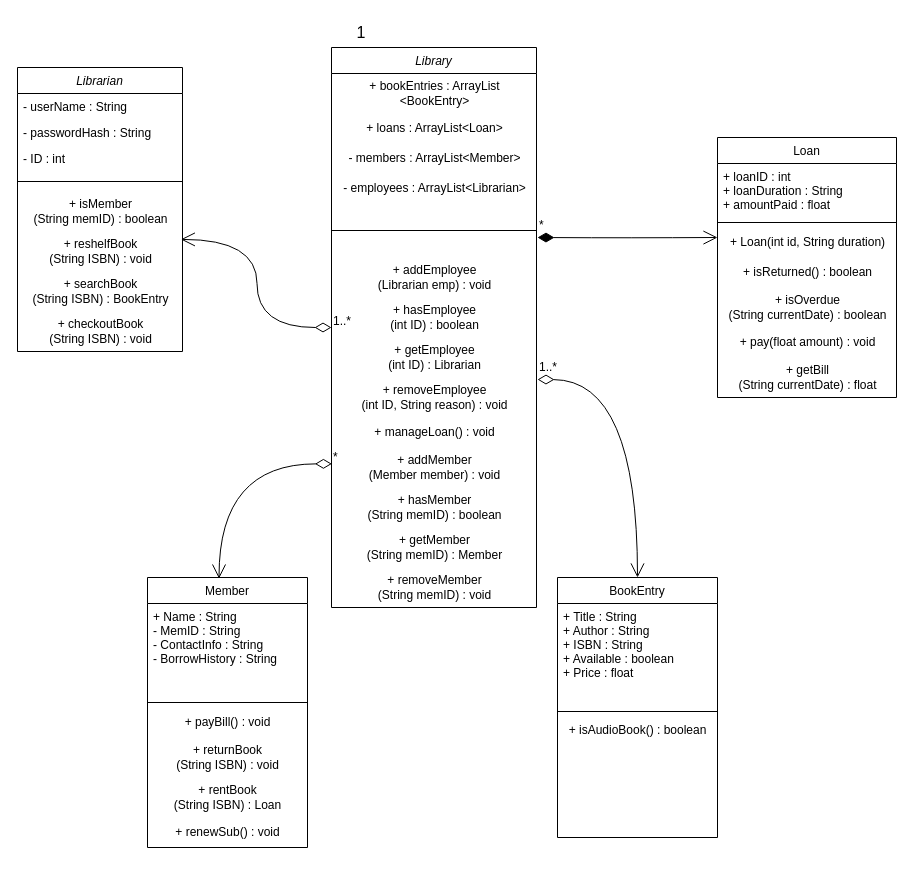
Earlier version of the draw.io diagram Untitled Diagram.drawio (Twpendleton/ClassUMLDiagram). Source tidied: cells renumbered, new cells numbered last; positions are measured from the earlier drawing's top-left corner, leaving out a move shared by most shapes. Both pictures are drawn from the tidied source at 100%, with x=0, y=0 at pixel (17, 17).
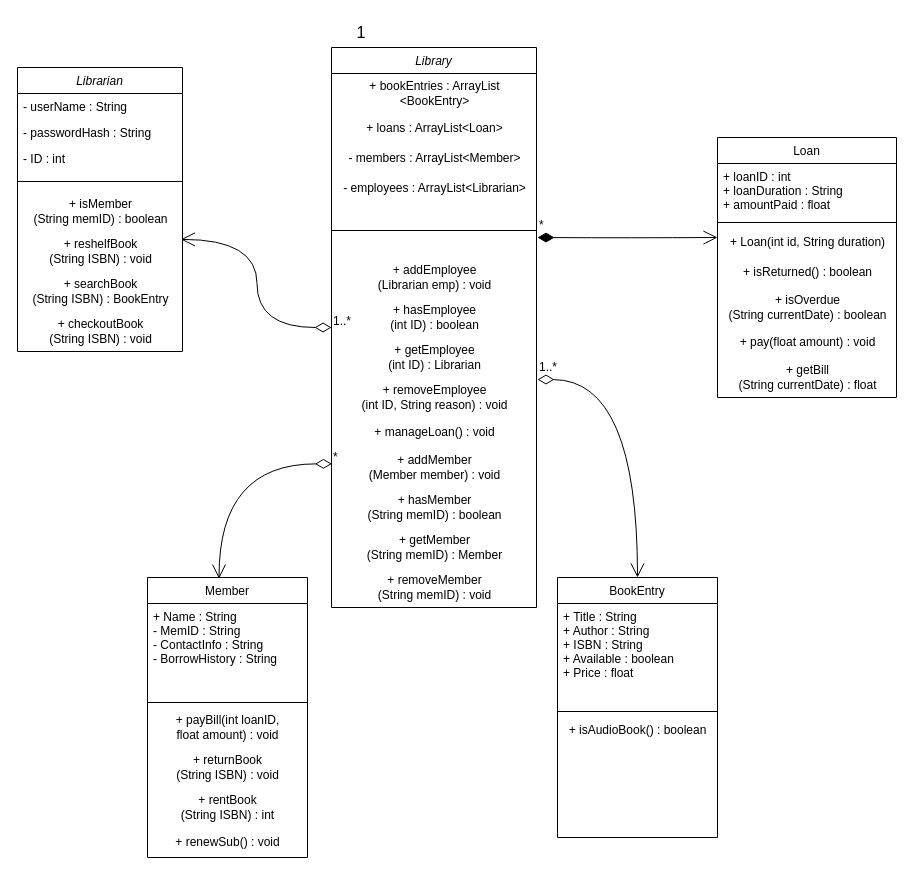
After the change.

Commit message:
Update loan-related methods for Member

What changed in the source:
```diff
@@
     <mxCell id="11" value="Member" style="swimlane;fontStyle=0;align=center;verticalAlign=top;horizontal=1;startSize=26;rounded=0;shadow=0;strokeWidth=1;" parent="1" vertex="1">
-      <mxGeometry x="130" y="560" width="160" height="270" as="geometry" />
+      <mxGeometry x="130" y="560" width="160" height="280" as="geometry" />
     </mxCell>
@@
-    <mxCell id="14" value="+ payBill() : void" style="text;html=1;align=center;verticalAlign=middle;strokeColor=none;fillColor=none;" parent="11" vertex="1">
-      <mxGeometry y="130" width="160" height="30" as="geometry" />
+    <mxCell id="14" value="+ payBill(int loanID,&lt;div&gt;float amount) : void&lt;/div&gt;" style="text;html=1;align=center;verticalAlign=middle;strokeColor=none;fillColor=none;" parent="11" vertex="1">
+      <mxGeometry y="130" width="160" height="40" as="geometry" />
     </mxCell>
     <mxCell id="15" value="+ returnBook&lt;div&gt;(String ISBN) : void&lt;/div&gt;" style="text;html=1;align=center;verticalAlign=middle;strokeColor=none;fillColor=none;" parent="11" vertex="1">
-      <mxGeometry y="160" width="160" height="40" as="geometry" />
+      <mxGeometry y="170" width="160" height="40" as="geometry" />
     </mxCell>
-    <mxCell id="16" value="+ rentBook&lt;div&gt;(String ISBN) : Loan&lt;/div&gt;" style="text;html=1;align=center;verticalAlign=middle;strokeColor=none;fillColor=none;" parent="11" vertex="1">
-      <mxGeometry y="200" width="160" height="40" as="geometry" />
+    <mxCell id="16" value="+ rentBook&lt;div&gt;(String ISBN) : int&lt;/div&gt;" style="text;html=1;align=center;verticalAlign=middle;strokeColor=none;fillColor=none;" parent="11" vertex="1">
+      <mxGeometry y="210" width="160" height="40" as="geometry" />
     </mxCell>
     <mxCell id="17" value="+ renewSub() : void" style="text;html=1;align=center;verticalAlign=middle;strokeColor=none;fillColor=none;" parent="11" vertex="1">
-      <mxGeometry y="240" width="160" height="30" as="geometry" />
+      <mxGeometry y="250" width="160" height="30" as="geometry" />
     </mxCell>
```
